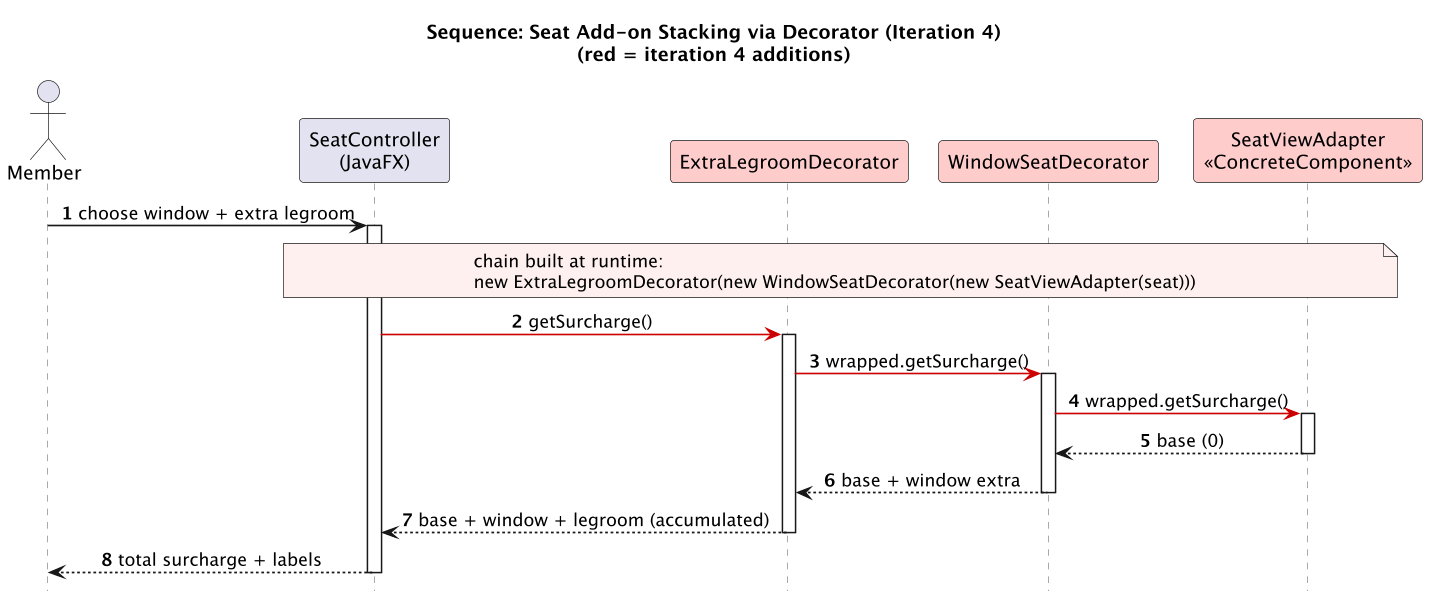
Above: docs/diagrams/iter4-puml/sequence-seat-decorator.png in gimjungwook/KoreanAirReservationDomain (PlantUML), before the change.
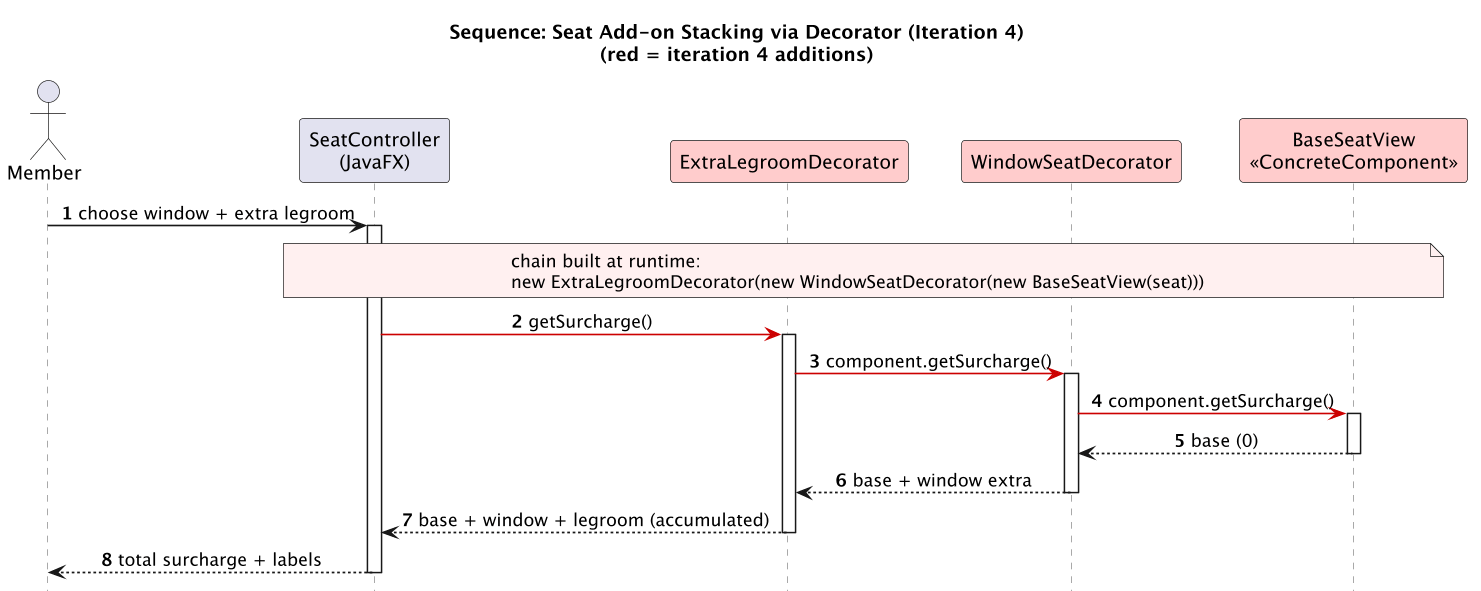
Above is the later version.

Commit message:
docs(diagrams): refresh iter4 sequence diagrams for refactored names (BaseSeatView, component field, no-arg createPayment)

The edit, as a diff of the source:
```diff
@@ -13,19 +13,19 @@
 participant "SeatController\n(JavaFX)" as UI
 participant "ExtraLegroomDecorator" as D2 #FFCCCC
 participant "WindowSeatDecorator" as D1 #FFCCCC
-participant "SeatViewAdapter\n<<ConcreteComponent>>" as C #FFCCCC
+participant "BaseSeatView\n<<ConcreteComponent>>" as C #FFCCCC
 
 Member -> UI : choose window + extra legroom
 activate UI
 note over UI,C #FFF0F0
   chain built at runtime:
-  new ExtraLegroomDecorator(new WindowSeatDecorator(new SeatViewAdapter(seat)))
+  new ExtraLegroomDecorator(new WindowSeatDecorator(new BaseSeatView(seat)))
 end note
 UI -[#CC0000]> D2 : getSurcharge()
 activate D2
-D2 -[#CC0000]> D1 : wrapped.getSurcharge()
+D2 -[#CC0000]> D1 : component.getSurcharge()
 activate D1
-D1 -[#CC0000]> C : wrapped.getSurcharge()
+D1 -[#CC0000]> C : component.getSurcharge()
 activate C
 C --> D1 : base (0)
 deactivate C
```
